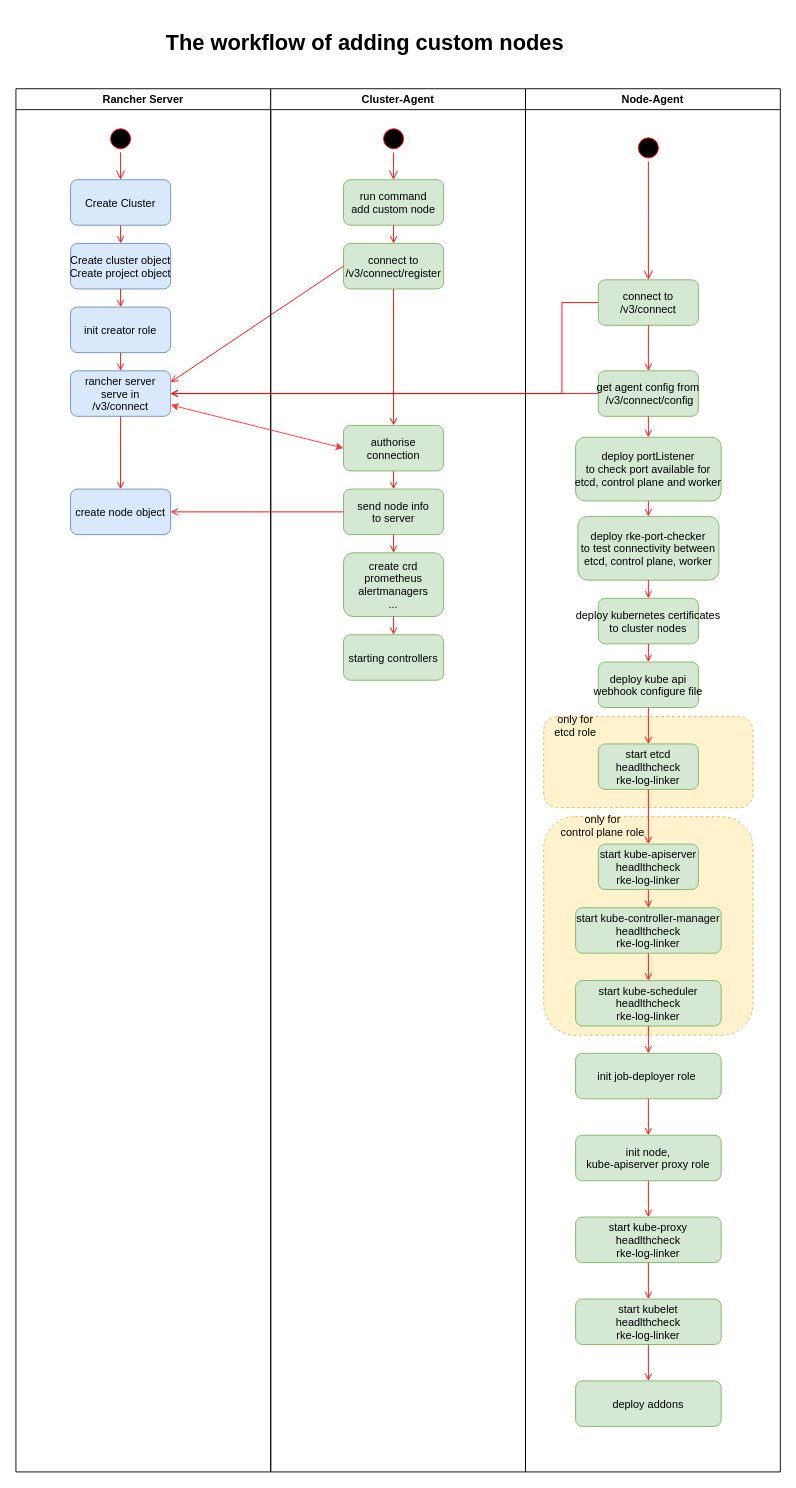
This is rancher-server-agent-connect-flow.drawio from aiwantaozi/draw, a draw.io file, before an edit. Source tidied: cells renumbered, new cells numbered last; positions are measured from the earlier drawing's top-left corner, leaving out a move shared by most shapes. Both pictures are drawn from the tidied source at 91%, with x=0, y=0 at pixel (15, 25).
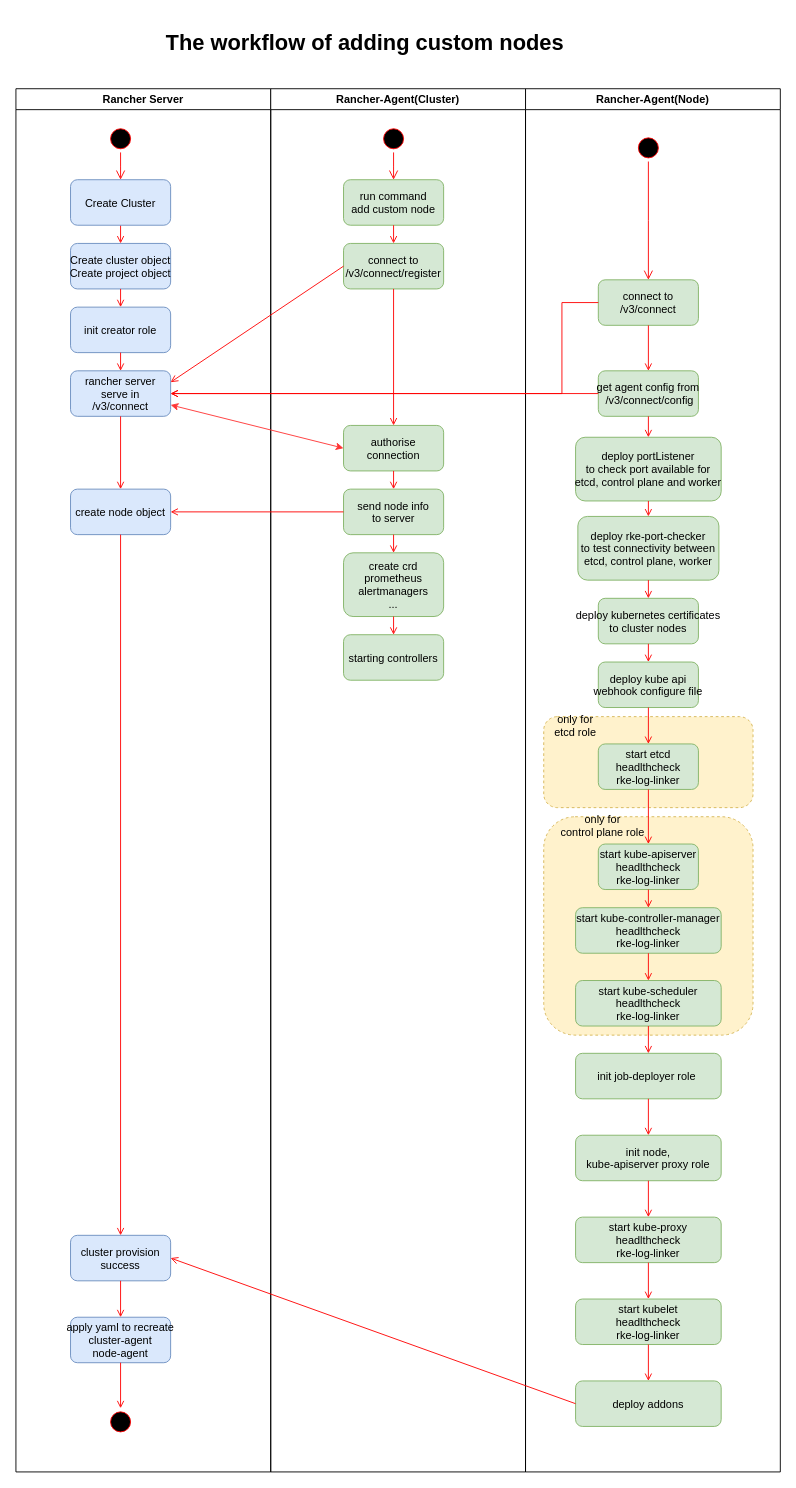
The same page after the edit.

The change refers to these unchanged cells:
```xml
<mxCell id="25" value="deploy addons" style="fillColor=#d5e8d4;strokeColor=#82b366;rounded=1;" parent="2" vertex="1">
  <mxGeometry x="55" y="1420" width="160" height="50" as="geometry" />
</mxCell>
<mxCell id="38" value="Rancher Server" style="swimlane;whiteSpace=wrap;" parent="1" vertex="1">
  <mxGeometry y="70" width="280" height="1520" as="geometry" />
</mxCell>
<mxCell id="45" value="create node object" style="rounded=1;fillColor=#dae8fc;strokeColor=#6c8ebf;" parent="38" vertex="1">
  <mxGeometry x="60" y="440" width="110" height="50" as="geometry" />
</mxCell>
```

Diff of the diagram source:
```diff
@@
-    <mxCell id="2" value="Node-Agent" style="swimlane;whiteSpace=wrap;swimlaneFillColor=#ffffff;" parent="1" vertex="1">
+    <mxCell id="2" value="Rancher-Agent(Node)" style="swimlane;whiteSpace=wrap;swimlaneFillColor=#ffffff;" parent="1" vertex="1">
       <mxGeometry x="560" y="70" width="280" height="1520" as="geometry" />
     </mxCell>
@@
+    <mxCell id="70" value="cluster provision&#10;success" style="rounded=1;fillColor=#dae8fc;strokeColor=#6c8ebf;" parent="38" vertex="1">
+      <mxGeometry x="60" y="1260" width="110" height="50" as="geometry" />
+    </mxCell>
+    <mxCell id="71" value="apply yaml to recreate&#10;cluster-agent&#10;node-agent" style="rounded=1;fillColor=#dae8fc;strokeColor=#6c8ebf;" parent="38" vertex="1">
+      <mxGeometry x="60" y="1350" width="110" height="50" as="geometry" />
+    </mxCell>
+    <mxCell id="72" style="endArrow=open;strokeColor=#FF0000;endFill=1;rounded=0;entryX=0.5;entryY=0;entryDx=0;entryDy=0;exitX=0.5;exitY=1;exitDx=0;exitDy=0;" parent="38" edge="1" source="45" target="70">
+      <mxGeometry relative="1" as="geometry" />
+    </mxCell>
+    <mxCell id="73" style="endArrow=open;strokeColor=#FF0000;endFill=1;rounded=0;entryX=0.5;entryY=0;entryDx=0;entryDy=0;exitX=0.5;exitY=1;exitDx=0;exitDy=0;" parent="38" edge="1" source="70" target="71">
+      <mxGeometry relative="1" as="geometry" />
+    </mxCell>
+    <mxCell id="74" style="ellipse;shape=startState;fillColor=#000000;strokeColor=#ff0000;" parent="38" vertex="1">
+      <mxGeometry x="100" y="1450" width="30" height="30" as="geometry" />
+    </mxCell>
+    <mxCell id="75" style="endArrow=open;strokeColor=#FF0000;endFill=1;rounded=0;entryX=0.5;entryY=0;entryDx=0;entryDy=0;exitX=0.5;exitY=1;exitDx=0;exitDy=0;" parent="38" edge="1" source="71" target="74">
+      <mxGeometry relative="1" as="geometry" />
+    </mxCell>
-    <mxCell id="50" value="Cluster-Agent" style="swimlane;whiteSpace=wrap;" parent="1" vertex="1">
+    <mxCell id="50" value="Rancher-Agent(Cluster)" style="swimlane;whiteSpace=wrap;" parent="1" vertex="1">
       <mxGeometry x="280" y="70" width="280" height="1520" as="geometry" />
     </mxCell>
@@
+    <mxCell id="76" style="endArrow=open;strokeColor=#FF0000;endFill=1;rounded=0;entryX=1;entryY=0.5;entryDx=0;entryDy=0;exitX=0;exitY=0.5;exitDx=0;exitDy=0;" parent="1" edge="1" source="25" target="70">
+      <mxGeometry relative="1" as="geometry" />
+    </mxCell>
```
